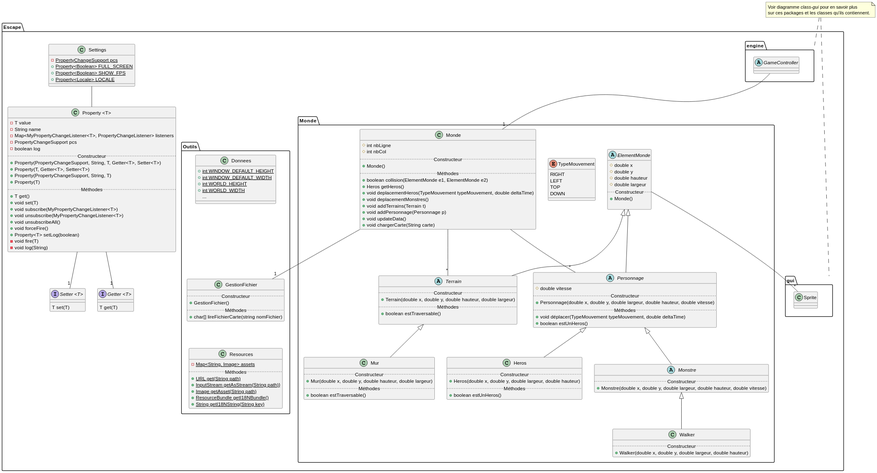
Before: docs/uml/class-diagram.svg, a diagram exported from PlantUML (victord54/escape).
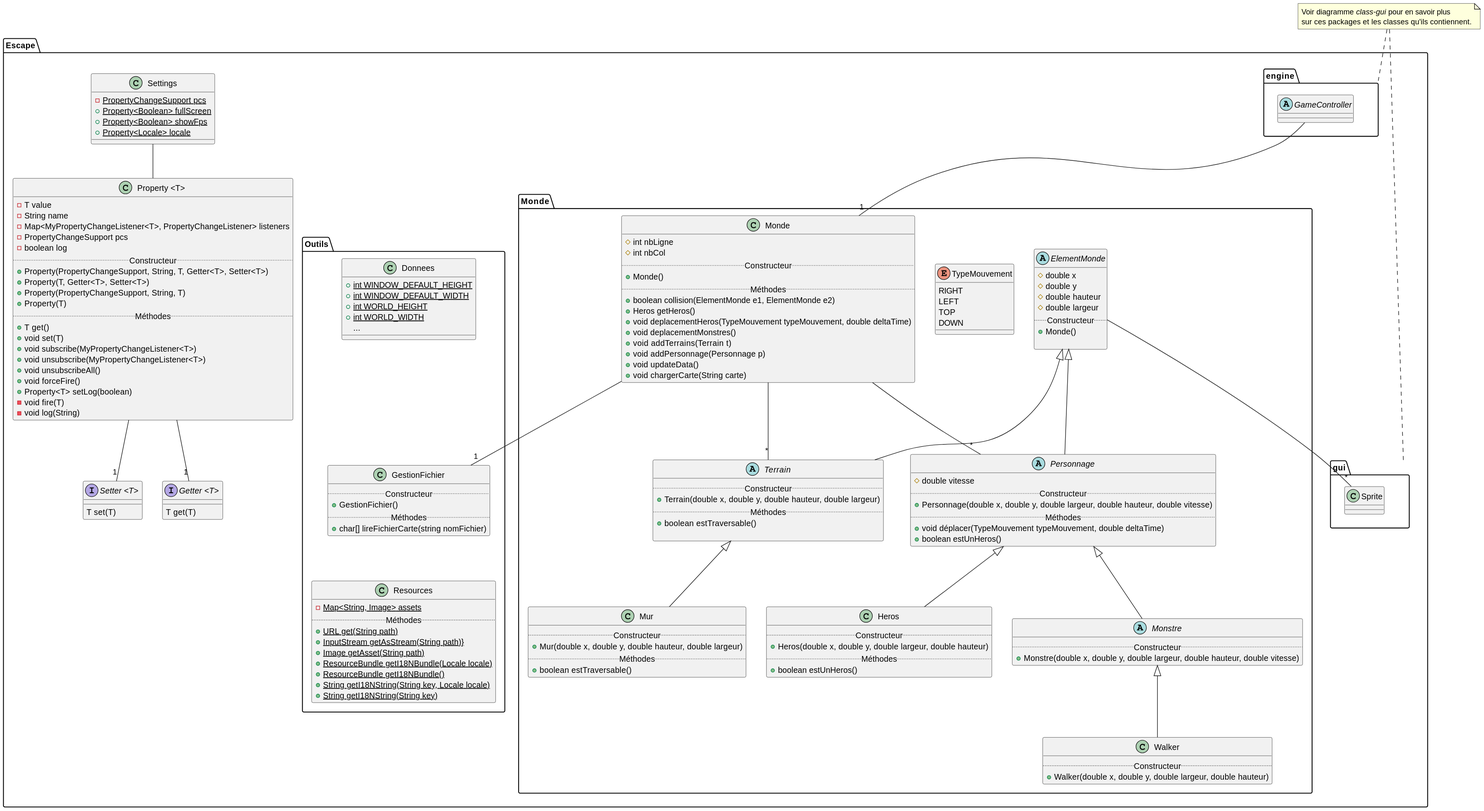
After the commit.

Change to the diagram source:
```diff
@@ -99,7 +99,9 @@
       + {static} URL get(String path)
       + {static} InputStream getAsStream(String path)}
       + {static} Image getAsset(String path)
+      + {static} ResourceBundle getI18NBundle(Locale locale)
       + {static} ResourceBundle getI18NBundle()
+      + {static} String getI18NString(String key, Locale locale)
       + {static} String getI18NString(String key)
     }
   }
@@ -115,9 +117,9 @@
 
   class Settings {
     - {static} PropertyChangeSupport pcs
-    + {static} Property<Boolean> FULL_SCREEN
-    + {static} Property<Boolean> SHOW_FPS
-    + {static} Property<Locale> LOCALE
+    + {static} Property<Boolean> fullScreen
+    + {static} Property<Boolean> showFps
+    + {static} Property<Locale> locale
   }
 
   class "Property <T> " as Property {
```
